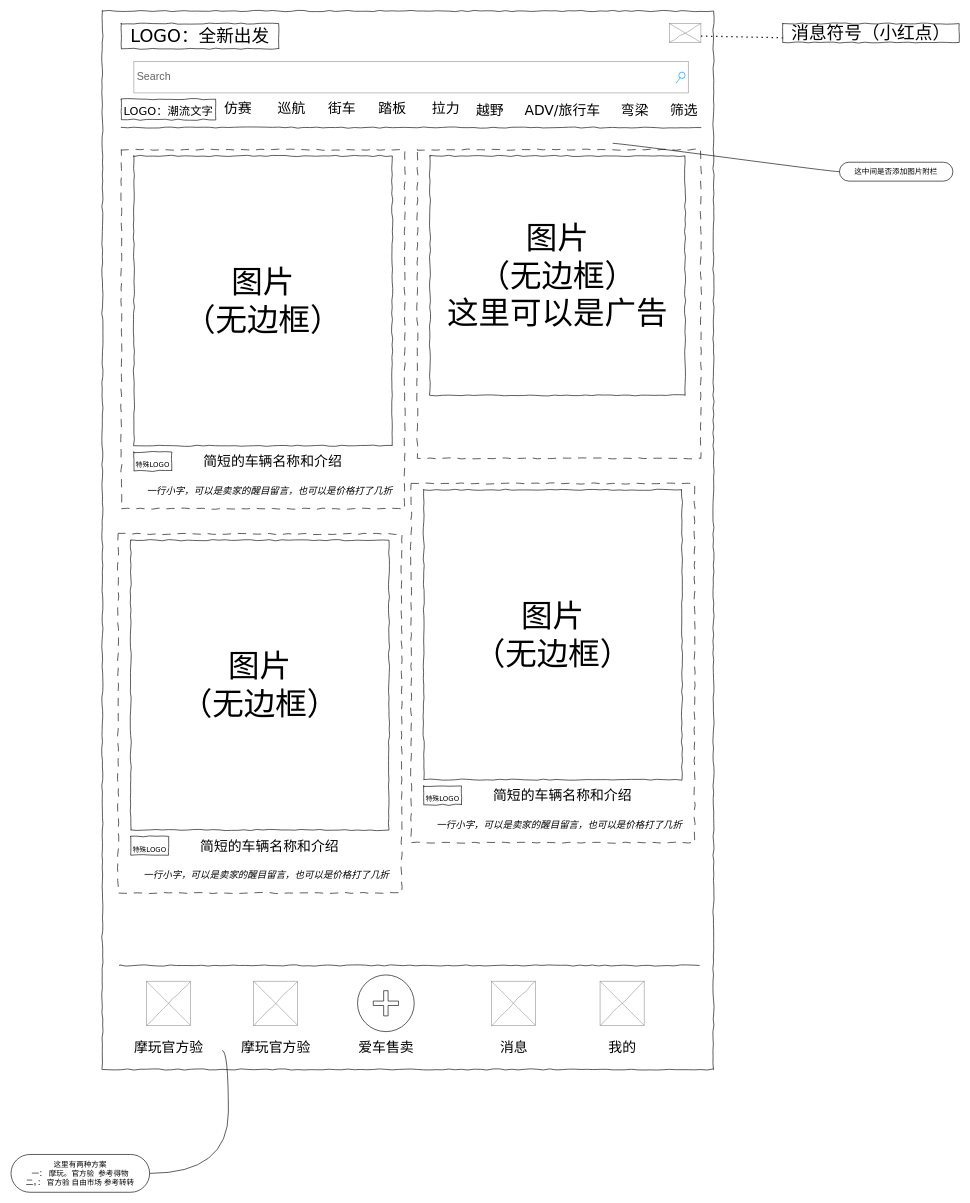
The draw.io diagram page "首页" (1 of 3) of 首页.drawio in MoWan-inc/sketch, before the edit. Source tidied: cells renumbered, new cells numbered last; positions are measured from the earlier drawing's top-left corner, leaving out a move shared by most shapes. Both pictures are drawn from the tidied source at 63%, with x=0, y=0 at pixel (11, 11).
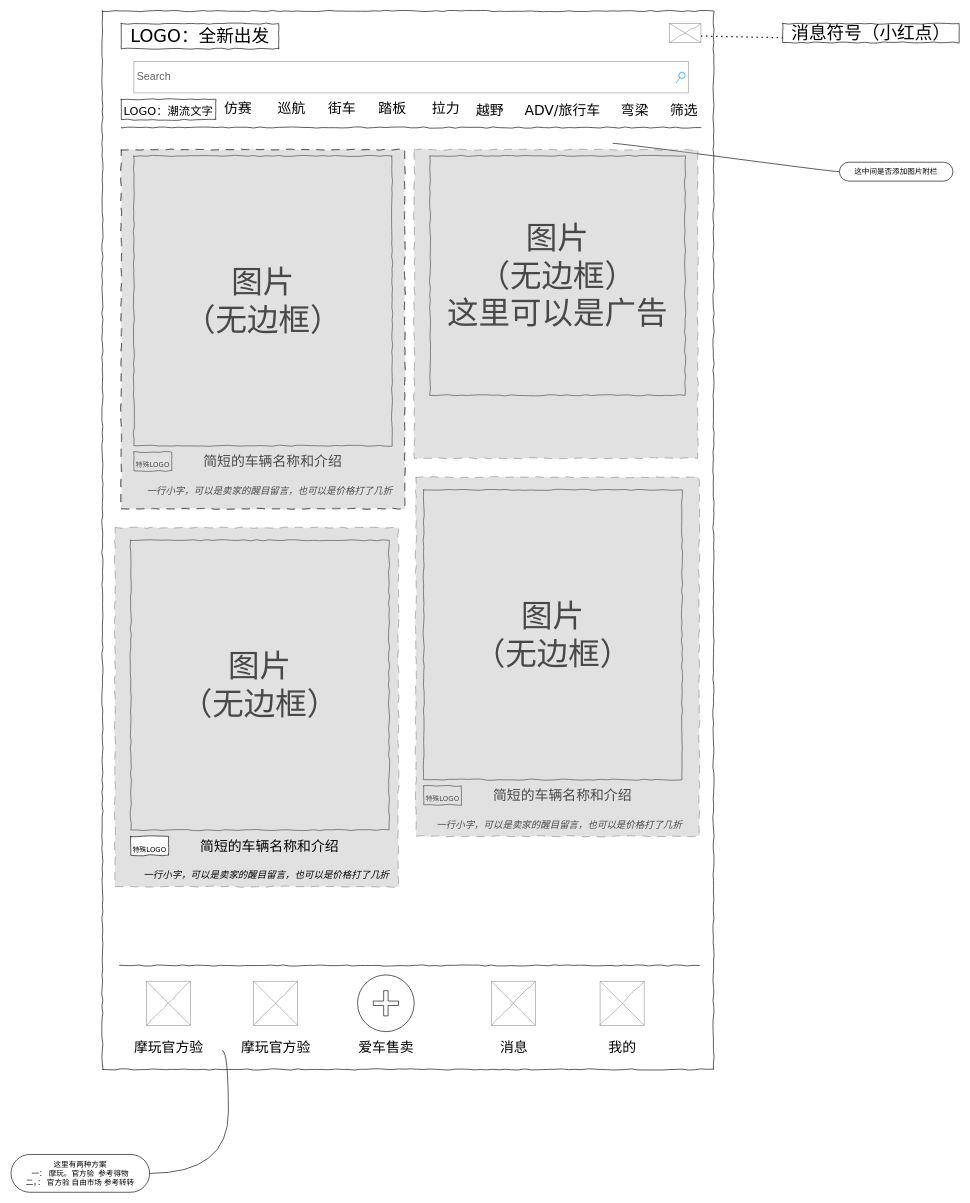
Above is the later version.

Diff of the diagram source:
```diff
@@
-    <mxCell id="37" style="whiteSpace=wrap;html=1;rounded=0;shadow=0;labelBackgroundColor=none;strokeColor=#000000;strokeWidth=1;fillColor=none;fontFamily=Verdana;fontSize=12;fontColor=#000000;align=center;comic=1;dashed=1;dashPattern=12 12;" parent="1" vertex="1">
-      <mxGeometry x="645" y="220" width="450" height="490" as="geometry" />
-    </mxCell>
@@
-    <mxCell id="42" style="whiteSpace=wrap;html=1;rounded=0;shadow=0;labelBackgroundColor=none;strokeColor=#000000;strokeWidth=1;fillColor=none;fontFamily=Verdana;fontSize=12;fontColor=#000000;align=center;comic=1;dashed=1;dashPattern=12 12;" parent="1" vertex="1">
-      <mxGeometry x="635" y="750" width="450" height="570" as="geometry" />
-    </mxCell>
@@
-    <mxCell id="46" value="&lt;font style=&quot;font-size: 50px;&quot;&gt;图片&lt;/font&gt;&lt;div&gt;&lt;font style=&quot;font-size: 50px;&quot;&gt;（无边框）&lt;/font&gt;&lt;/div&gt;" style="whiteSpace=wrap;html=1;rounded=0;shadow=0;labelBackgroundColor=none;strokeWidth=1;fillColor=none;fontFamily=Verdana;fontSize=12;align=center;comic=1;" parent="1" vertex="1">
+    <mxCell id="46" value="&lt;font style=&quot;font-size: 50px;&quot;&gt;图片&lt;/font&gt;&lt;div&gt;&lt;font style=&quot;font-size: 50px;&quot;&gt;（无边框）&lt;/font&gt;&lt;/div&gt;" style="whiteSpace=wrap;html=1;rounded=0;shadow=0;labelBackgroundColor=none;strokeWidth=1;fillColor=default;fontFamily=Verdana;fontSize=12;align=center;comic=1;" parent="1" vertex="1">
       <mxGeometry x="190" y="840" width="410" height="460" as="geometry" />
     </mxCell>
-    <mxCell id="47" style="whiteSpace=wrap;html=1;rounded=0;shadow=0;labelBackgroundColor=none;strokeColor=#000000;strokeWidth=1;fillColor=none;fontFamily=Verdana;fontSize=12;fontColor=#000000;align=center;comic=1;dashed=1;dashPattern=12 12;" parent="1" vertex="1">
-      <mxGeometry x="170" y="830" width="450" height="570" as="geometry" />
+    <mxCell id="47" style="whiteSpace=wrap;html=1;rounded=0;shadow=0;labelBackgroundColor=none;strokeColor=#000000;strokeWidth=1;fillColor=#B3B3B3;fontFamily=Verdana;fontSize=12;fontColor=#000000;align=center;comic=1;dashed=1;dashPattern=12 12;fillStyle=auto;opacity=40;" parent="1" vertex="1">
+      <mxGeometry x="165" y="820" width="450" height="570" as="geometry" />
     </mxCell>
@@
+    <mxCell id="52" style="whiteSpace=wrap;html=1;rounded=0;shadow=0;labelBackgroundColor=none;strokeColor=#000000;strokeWidth=1;fillColor=#B3B3B3;fontFamily=Verdana;fontSize=12;fontColor=#000000;align=center;comic=1;dashed=1;dashPattern=12 12;fillStyle=auto;opacity=40;" parent="1" vertex="1">
+      <mxGeometry x="642.5" y="740" width="450" height="570" as="geometry" />
+    </mxCell>
+    <mxCell id="53" style="whiteSpace=wrap;html=1;rounded=0;shadow=0;labelBackgroundColor=none;strokeColor=#000000;strokeWidth=1;fillColor=#B3B3B3;fontFamily=Verdana;fontSize=12;fontColor=#000000;align=center;comic=1;dashed=1;dashPattern=12 12;fillStyle=auto;opacity=40;" parent="1" vertex="1">
+      <mxGeometry x="175" y="220" width="450" height="570" as="geometry" />
+    </mxCell>
+    <mxCell id="54" style="whiteSpace=wrap;html=1;rounded=0;shadow=0;labelBackgroundColor=none;strokeColor=#000000;strokeWidth=1;fillColor=#B3B3B3;fontFamily=Verdana;fontSize=12;fontColor=#000000;align=center;comic=1;dashed=1;dashPattern=12 12;fillStyle=auto;opacity=40;" parent="1" vertex="1">
+      <mxGeometry x="640" y="220" width="450" height="490" as="geometry" />
+    </mxCell>
```
